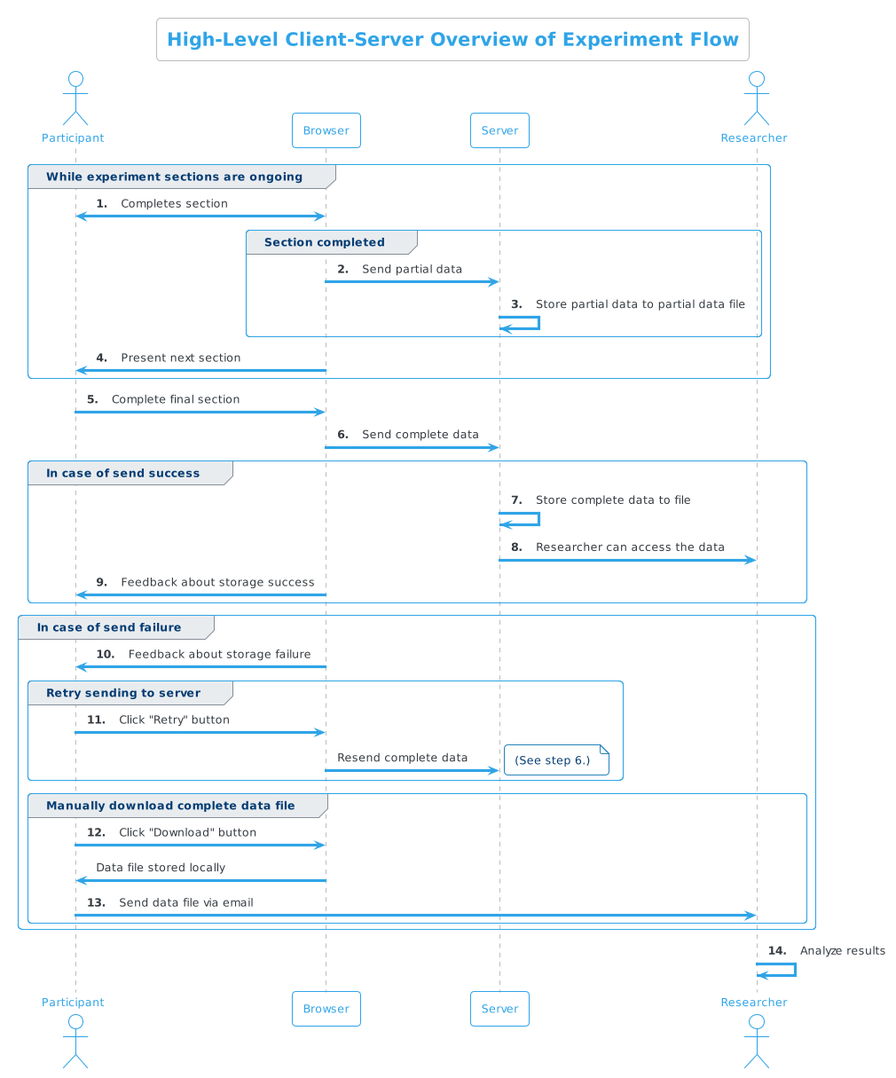
This is media/exp_sequence.png from gasparl/expapp, a PlantUML export, as it was before one commit.
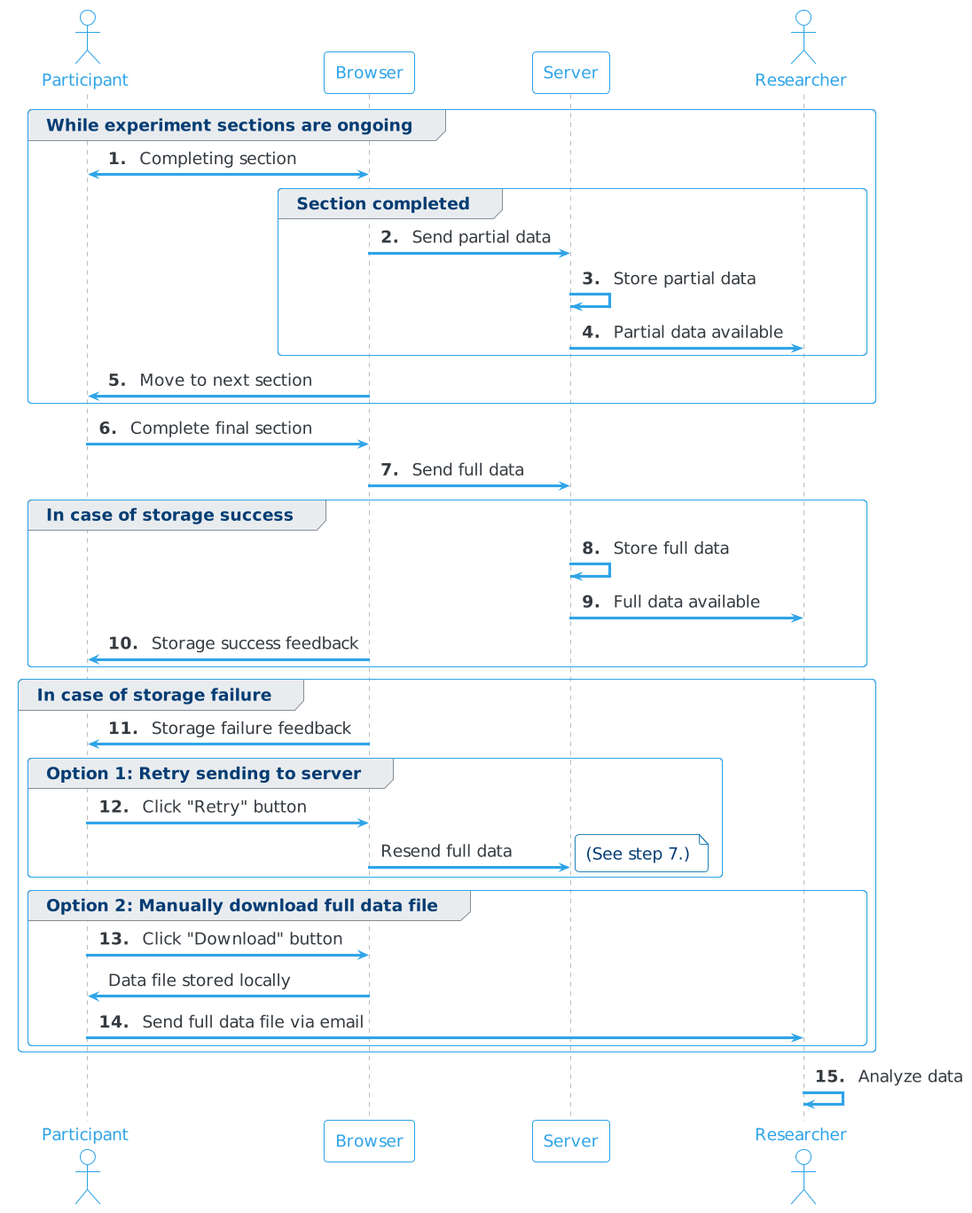
After the commit.

Commit message:
diagram removed from online tutorial

What changed in the source:
```diff
@@ -1,46 +1,47 @@
 @startuml exp_sequence
 !theme cerulean-outline
 skinparam backgroundColor white
-title High-Level Client-Server Overview of Experiment Flow
+skinparam defaultFontSize 18
 autonumber "<b>0."
 actor "Participant" as P
 participant "Browser" as B
 participant "Server" as S
 actor "Researcher" as E
 group While experiment sections are ongoing
-    P <-> B : Completes section
+    P <-> B : Completing section
     group Section completed
         B -> S : Send partial data
-        S -> S : Store partial data to partial data file
+        S -> S : Store partial data
+        S -> E : Partial data available
     end
-    B -> P : Present next section
+    B -> P : Move to next section
 end
 P -> B : Complete final section
-B -> S : Send complete data
-group In case of send success
-S -> S : Store complete data to file
-S -> E : Researcher can access the data
-B -> P : Feedback about storage success
+B -> S : Send full data
+group In case of storage success
+S -> S : Store full data
+S -> E : Full data available
+B -> P : Storage success feedback
 end
-group In case of send failure
-    B -> P : Feedback about storage failure
-    group Retry sending to server
+group In case of storage failure
+    B -> P : Storage failure feedback
+    group Option 1: Retry sending to server
         B <- P : Click "Retry" button
 
         autonumber stop
-        B -> S : Resend complete data
+        B -> S : Resend full data
         note right
-            (See step 6.)
+            (See step 7.)
         end note
         autonumber resume
     end
-    group Manually download complete data file
+    group Option 2: Manually download full data file
         B <- P : Click "Download" button
         autonumber stop
         B -> P : Data file stored locally
         autonumber resume
-        P -> E : Send data file via email
+        P -> E : Send full data file via email
     end
 end
-E -> E : Analyze results
+E -> E : Analyze data
 @enduml
```
